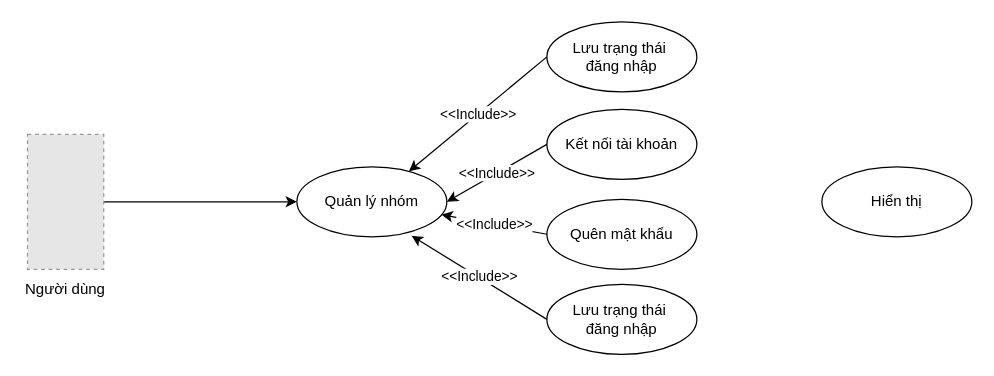
Above: phac thao do an cuoi cung/use case quan ly nhom.drawio in frozenproof/dactaphanmem (draw.io), before the change. Source tidied: cells renumbered, new cells numbered last; positions are measured from the earlier drawing's top-left corner, leaving out a move shared by most shapes. Both pictures are drawn from the tidied source at 125%, with x=0, y=0 at pixel (21, 21). Pictures stored in the file or linked from it are replaced by grey dashed boxes.
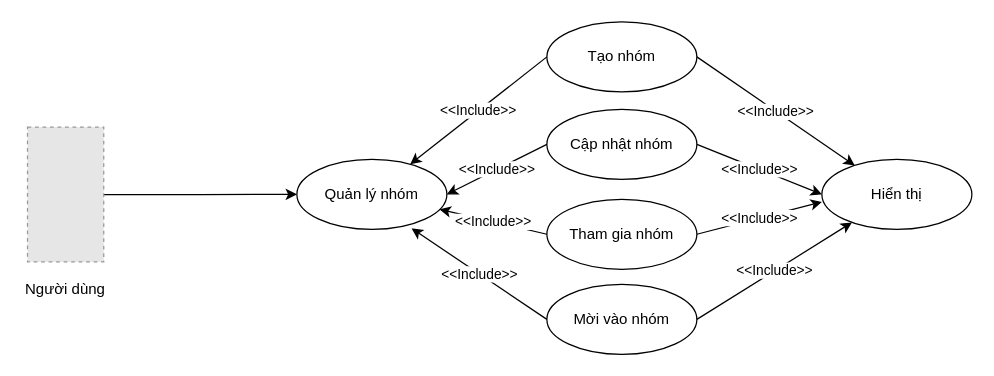
After the change.

Diff of the diagram source:
```diff
@@
 <mxGraphModel>
   <root>
     <mxCell id="0" />
     <mxCell id="1" parent="0" />
     <mxCell id="2" value="Người dùng" style="text;html=1;align=center;verticalAlign=middle;whiteSpace=wrap;rounded=0;" parent="1" vertex="1">
       <mxGeometry y="203.9" width="70" height="20" as="geometry" />
     </mxCell>
     <mxCell id="3" style="edgeStyle=orthogonalEdgeStyle;rounded=0;jettySize=auto;html=1;entryX=0;entryY=0.5;entryDx=0;entryDy=0;" parent="1" edge="1" source="4" target="5">
       <mxGeometry relative="1" as="geometry" />
     </mxCell>
     <mxCell id="4" style="fillColor=#E6E6E6;strokeColor=#999999;dashed=1;verticalLabelPosition=bottom;labelBackgroundColor=default;verticalAlign=top;" parent="1" vertex="1">
-      <mxGeometry x="4.5" y="90" width="61" height="107.9" as="geometry" />
+      <mxGeometry x="4.5" y="84.1" width="61" height="107.9" as="geometry" />
     </mxCell>
     <mxCell id="5" value="Quản lý nhóm" style="ellipse;whiteSpace=wrap;html=1;" parent="1" vertex="1">
-      <mxGeometry x="220" y="115.9" width="120" height="56" as="geometry" />
+      <mxGeometry x="220" y="110" width="120" height="56" as="geometry" />
     </mxCell>
-    <mxCell id="6" value="Kết nối tài khoản" style="ellipse;whiteSpace=wrap;html=1;" parent="1" vertex="1">
+    <mxCell id="6" value="Cập nhật nhóm" style="ellipse;whiteSpace=wrap;html=1;" parent="1" vertex="1">
       <mxGeometry x="420" y="70" width="120" height="56" as="geometry" />
     </mxCell>
-    <mxCell id="7" value="Quên mật khẩu" style="ellipse;whiteSpace=wrap;html=1;" parent="1" vertex="1">
+    <mxCell id="7" value="Tham gia nhóm" style="ellipse;whiteSpace=wrap;html=1;" parent="1" vertex="1">
       <mxGeometry x="420" y="141.9" width="120" height="56" as="geometry" />
     </mxCell>
     <mxCell id="8" value="&amp;lt;&amp;lt;Include&amp;gt;&amp;gt;" style="endArrow=classic;html=1;rounded=0;exitX=0;exitY=0.5;exitDx=0;exitDy=0;entryX=1;entryY=0.5;entryDx=0;entryDy=0;" parent="1" edge="1" source="6" target="5">
       <mxGeometry relative="1" as="geometry" />
     </mxCell>
     <mxCell id="9" value="&amp;lt;&amp;lt;Include&amp;gt;&amp;gt;" style="endArrow=classic;html=1;rounded=0;exitX=0;exitY=0.5;exitDx=0;exitDy=0;" parent="1" edge="1" source="7" target="5">
       <mxGeometry relative="1" as="geometry" />
     </mxCell>
-    <mxCell id="10" value="Lưu trạng thái&amp;nbsp;&lt;div&gt;đăng nhập&lt;/div&gt;" style="ellipse;whiteSpace=wrap;html=1;" parent="1" vertex="1">
+    <mxCell id="10" value="Tạo nhóm" style="ellipse;whiteSpace=wrap;html=1;" parent="1" vertex="1">
       <mxGeometry x="420" width="120" height="56" as="geometry" />
     </mxCell>
     <mxCell id="11" value="&amp;lt;&amp;lt;Include&amp;gt;&amp;gt;" style="endArrow=classic;html=1;rounded=0;exitX=0;exitY=0.5;exitDx=0;exitDy=0;" parent="1" edge="1" source="10" target="5">
       <mxGeometry relative="1" as="geometry" />
     </mxCell>
     <mxCell id="12" value="Hiển thị" style="ellipse;whiteSpace=wrap;html=1;" parent="1" vertex="1">
-      <mxGeometry x="640" y="115.9" width="120" height="56" as="geometry" />
+      <mxGeometry x="640" y="110" width="120" height="56" as="geometry" />
     </mxCell>
-    <mxCell id="13" value="Lưu trạng thái&amp;nbsp;&lt;div&gt;đăng nhập&lt;/div&gt;" style="ellipse;whiteSpace=wrap;html=1;" parent="1" vertex="1">
+    <mxCell id="13" value="Mời vào nhóm" style="ellipse;whiteSpace=wrap;html=1;" parent="1" vertex="1">
       <mxGeometry x="420" y="210" width="120" height="56" as="geometry" />
     </mxCell>
     <mxCell id="14" value="&amp;lt;&amp;lt;Include&amp;gt;&amp;gt;" style="endArrow=classic;html=1;rounded=0;exitX=0;exitY=0.5;exitDx=0;exitDy=0;entryX=0.765;entryY=0.986;entryDx=0;entryDy=0;entryPerimeter=0;" parent="1" edge="1" source="13" target="5">
       <mxGeometry relative="1" as="geometry" />
     </mxCell>
+    <mxCell id="15" value="&amp;lt;&amp;lt;Include&amp;gt;&amp;gt;" style="endArrow=classic;html=1;rounded=0;exitX=1;exitY=0.5;exitDx=0;exitDy=0;" parent="1" edge="1" source="10" target="12">
+      <mxGeometry relative="1" as="geometry" />
+    </mxCell>
+    <mxCell id="16" value="&amp;lt;&amp;lt;Include&amp;gt;&amp;gt;" style="endArrow=classic;html=1;rounded=0;exitX=1;exitY=0.5;exitDx=0;exitDy=0;" parent="1" edge="1" source="13" target="12">
+      <mxGeometry relative="1" as="geometry" />
+    </mxCell>
+    <mxCell id="17" value="&amp;lt;&amp;lt;Include&amp;gt;&amp;gt;" style="endArrow=classic;html=1;rounded=0;exitX=1;exitY=0.5;exitDx=0;exitDy=0;entryX=0;entryY=0.5;entryDx=0;entryDy=0;" parent="1" edge="1" source="6" target="12">
+      <mxGeometry relative="1" as="geometry" />
+    </mxCell>
+    <mxCell id="18" value="&amp;lt;&amp;lt;Include&amp;gt;&amp;gt;" style="endArrow=classic;html=1;rounded=0;exitX=1;exitY=0.5;exitDx=0;exitDy=0;entryX=0;entryY=0.608;entryDx=0;entryDy=0;entryPerimeter=0;" parent="1" edge="1" source="7" target="12">
+      <mxGeometry relative="1" as="geometry" />
+    </mxCell>
   </root>
 </mxGraphModel>
```
